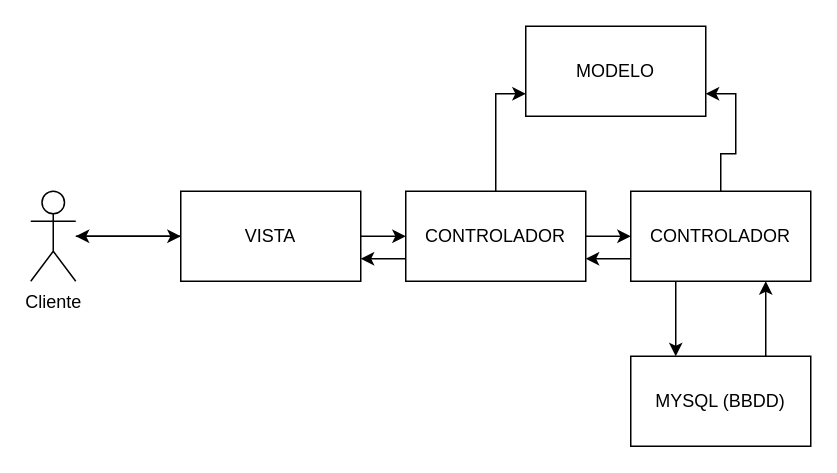
This is Diseño MVC.drawio from HuBaMarin/projDespliegue, a draw.io file, before an edit. Source tidied: cells renumbered, new cells numbered last; positions are measured from the earlier drawing's top-left corner, leaving out a move shared by most shapes. Both pictures are drawn from the tidied source at 150%, with x=0, y=0 at pixel (30, 26).
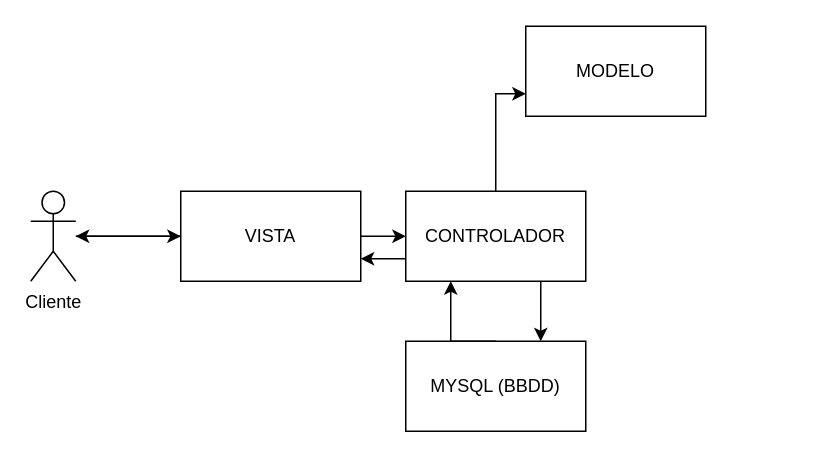
After the change.

Commit message:
Actualizar Diseño MVC_2.drawio

Diff of the diagram source:
```diff
@@
 <mxGraphModel>
   <root>
     <mxCell id="0" />
     <mxCell id="1" parent="0" />
     <mxCell id="2" style="edgeStyle=orthogonalEdgeStyle;rounded=0;jettySize=auto;html=1;entryX=0;entryY=0.5;entryDx=0;entryDy=0;" parent="1" edge="1" source="3" target="6">
       <mxGeometry relative="1" as="geometry" />
     </mxCell>
     <mxCell id="3" value="Cliente" style="shape=umlActor;verticalLabelPosition=bottom;verticalAlign=top;html=1;outlineConnect=0;" parent="1" vertex="1">
       <mxGeometry y="110" width="30" height="60" as="geometry" />
     </mxCell>
     <mxCell id="4" style="edgeStyle=orthogonalEdgeStyle;rounded=0;jettySize=auto;html=1;" parent="1" edge="1" source="6" target="3">
       <mxGeometry relative="1" as="geometry" />
     </mxCell>
     <mxCell id="5" style="edgeStyle=orthogonalEdgeStyle;rounded=0;jettySize=auto;html=1;entryX=0;entryY=0.5;entryDx=0;entryDy=0;" parent="1" edge="1" source="6" target="10">
       <mxGeometry relative="1" as="geometry" />
     </mxCell>
     <mxCell id="6" value="VISTA" style="rounded=0;whiteSpace=wrap;html=1;" parent="1" vertex="1">
       <mxGeometry x="100" y="110" width="120" height="60" as="geometry" />
     </mxCell>
     <mxCell id="7" style="edgeStyle=orthogonalEdgeStyle;rounded=0;jettySize=auto;html=1;exitX=0;exitY=0.75;exitDx=0;exitDy=0;entryX=1;entryY=0.75;entryDx=0;entryDy=0;" parent="1" edge="1" source="10" target="6">
       <mxGeometry relative="1" as="geometry" />
     </mxCell>
-    <mxCell id="8" style="edgeStyle=orthogonalEdgeStyle;rounded=0;jettySize=auto;html=1;entryX=0;entryY=0.5;entryDx=0;entryDy=0;" parent="1" edge="1" source="10" target="14">
-      <mxGeometry relative="1" as="geometry" />
-    </mxCell>
     <mxCell id="9" style="edgeStyle=orthogonalEdgeStyle;rounded=0;jettySize=auto;html=1;entryX=0;entryY=0.75;entryDx=0;entryDy=0;" parent="1" edge="1" source="10" target="15">
       <mxGeometry relative="1" as="geometry" />
     </mxCell>
+    <mxCell id="18" style="edgeStyle=orthogonalEdgeStyle;rounded=0;jettySize=auto;html=1;entryX=0.75;entryY=0;entryDx=0;entryDy=0;" parent="1" edge="1" source="10" target="17">
+      <mxGeometry relative="1" as="geometry">
+        <Array as="points">
+          <mxPoint x="340" y="180" />
+          <mxPoint x="340" y="180" />
+        </Array>
+      </mxGeometry>
+    </mxCell>
     <mxCell id="10" value="CONTROLADOR" style="rounded=0;whiteSpace=wrap;html=1;" parent="1" vertex="1">
       <mxGeometry x="250" y="110" width="120" height="60" as="geometry" />
     </mxCell>
-    <mxCell id="11" style="edgeStyle=orthogonalEdgeStyle;rounded=0;jettySize=auto;html=1;exitX=0;exitY=0.75;exitDx=0;exitDy=0;entryX=1;entryY=0.75;entryDx=0;entryDy=0;" parent="1" edge="1" source="14" target="10">
-      <mxGeometry relative="1" as="geometry" />
-    </mxCell>
-    <mxCell id="12" style="edgeStyle=orthogonalEdgeStyle;rounded=0;jettySize=auto;html=1;entryX=1;entryY=0.75;entryDx=0;entryDy=0;" parent="1" edge="1" source="14" target="15">
-      <mxGeometry relative="1" as="geometry" />
-    </mxCell>
-    <mxCell id="13" style="edgeStyle=orthogonalEdgeStyle;rounded=0;jettySize=auto;html=1;exitX=0.25;exitY=1;exitDx=0;exitDy=0;entryX=0.25;entryY=0;entryDx=0;entryDy=0;" parent="1" edge="1" source="14" target="17">
-      <mxGeometry relative="1" as="geometry" />
-    </mxCell>
-    <mxCell id="14" value="CONTROLADOR" style="rounded=0;whiteSpace=wrap;html=1;" parent="1" vertex="1">
-      <mxGeometry x="400" y="110" width="120" height="60" as="geometry" />
-    </mxCell>
     <mxCell id="15" value="MODELO" style="rounded=0;whiteSpace=wrap;html=1;" parent="1" vertex="1">
       <mxGeometry x="330" width="120" height="60" as="geometry" />
     </mxCell>
-    <mxCell id="16" style="edgeStyle=orthogonalEdgeStyle;rounded=0;jettySize=auto;html=1;exitX=0.75;exitY=0;exitDx=0;exitDy=0;entryX=0.75;entryY=1;entryDx=0;entryDy=0;" parent="1" edge="1" source="17" target="14">
-      <mxGeometry relative="1" as="geometry" />
-    </mxCell>
+    <mxCell id="19" style="edgeStyle=orthogonalEdgeStyle;rounded=0;jettySize=auto;html=1;exitX=0.5;exitY=0;exitDx=0;exitDy=0;entryX=0.25;entryY=1;entryDx=0;entryDy=0;" parent="1" edge="1" source="17" target="10">
+      <mxGeometry relative="1" as="geometry">
+        <Array as="points">
+          <mxPoint x="280" y="210" />
+        </Array>
+      </mxGeometry>
+    </mxCell>
     <mxCell id="17" value="MYSQL (BBDD)" style="rounded=0;whiteSpace=wrap;html=1;" parent="1" vertex="1">
-      <mxGeometry x="400" y="220" width="120" height="60" as="geometry" />
+      <mxGeometry x="250" y="210" width="120" height="60" as="geometry" />
     </mxCell>
   </root>
 </mxGraphModel>
```
